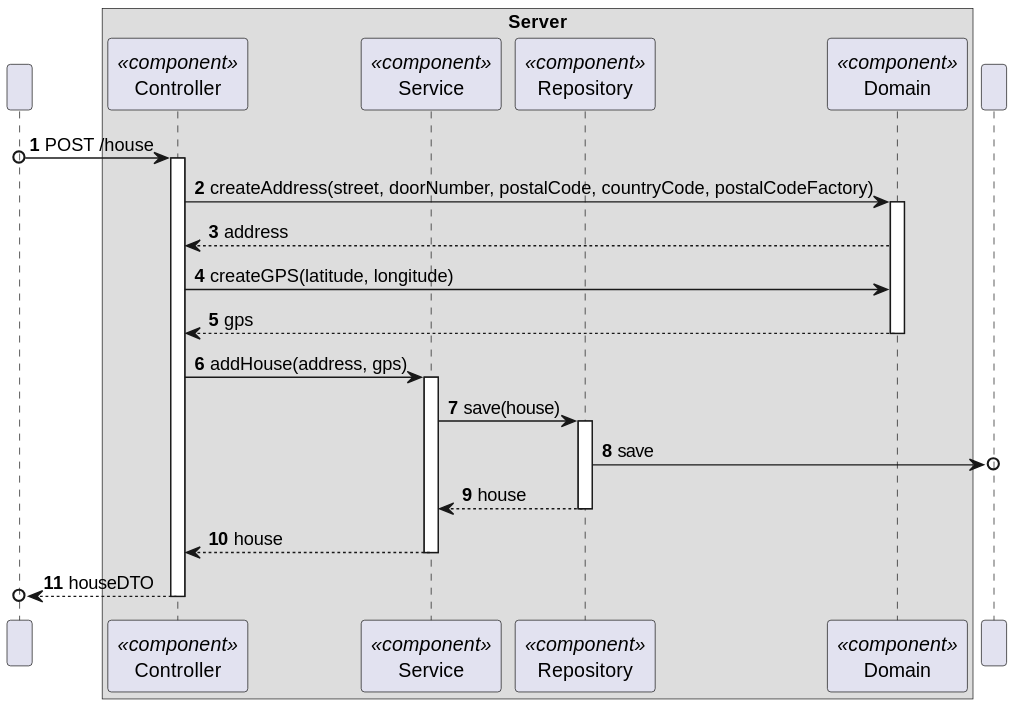
Above: docs/C4_4plus1_models/Level4/ProcessView/ProcessViewLevel4_UC01_v1.svg in moutajDev/smarthome (PlantUML), before the change.
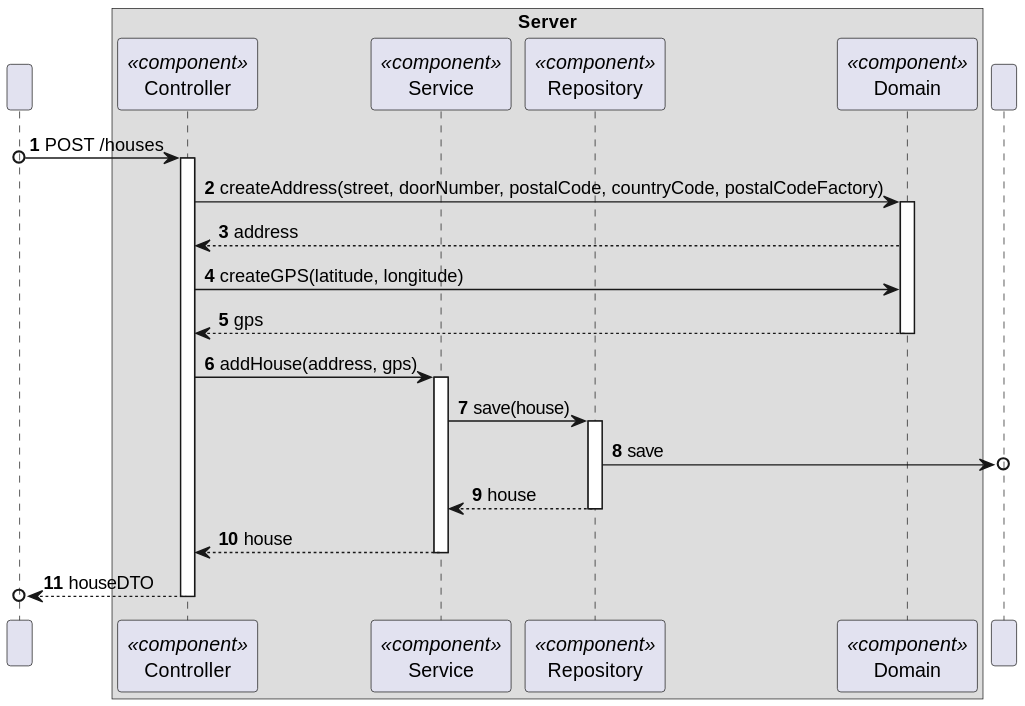
The same diagram one commit later.

What changed in the source:
```diff
@@ -15,7 +15,7 @@
 participant " " as BD
 
 
-HTTP o-> CTRL : POST /house
+HTTP o-> CTRL : POST /houses
 activate CTRL
 
 
```
